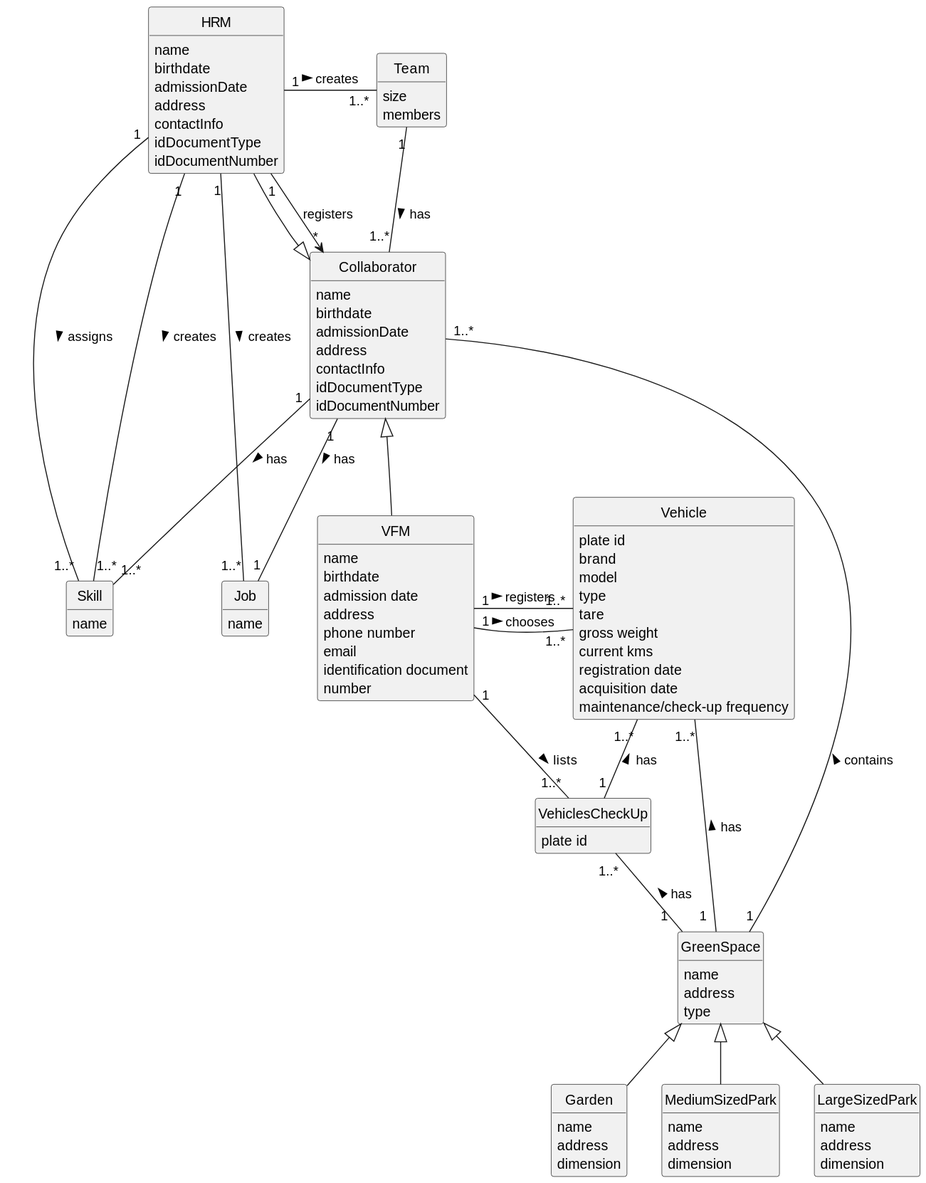
Above: docs/sprintA/global-artifacts/02.analysis/svg/project-domain-model.svg in diogoveirospro/lei-24-s2-1dg-g072 (PlantUML), before the change. The source it was exported from:
```plantuml
@startuml
skinparam monochrome true
skinparam packageStyle rectangle
skinparam shadowing false
skinparam classAttributeIconSize 0
hide circle
hide methods

class HRM {
    name
    birthdate
    admissionDate
    address
    contactInfo
    idDocumentType
    idDocumentNumber
}

class Skill {
    name
}
class Job {
    name
}


class Team {
    size
    members

}

class Collaborator {
    name
    birthdate
    admissionDate
    address
    contactInfo
    idDocumentType
    idDocumentNumber
}



class GreenSpace {
    name
    address
    type
}

class Garden {
    name
    address
    dimension
}

class MediumSizedPark {
    name
    address
    dimension
}

class LargeSizedPark {
    name
    address
    dimension
}


class Vehicle{
    plate id
    brand
    model
    type
    tare
    gross weight
    current kms
    registration date
    acquisition date
    maintenance/check-up frequency
}

class VFM {
    name
    birthdate
    admission date
    address
    phone number
    email
    identification document
    number
}

class VehiclesCheckUp {
    plate id
}


Collaborator <|-- HRM
GreenSpace "1" -- "1..*" Collaborator: contains >
GreenSpace <|-- Garden
GreenSpace <|-- MediumSizedPark
GreenSpace <|-- LargeSizedPark

HRM "1" -- "1..*" Skill: creates >

HRM "1" -- "1..*" Job : creates >

HRM "1" --> "*" Collaborator : registers

HRM "1" -- "1..*" Skill : assigns >
Collaborator "1" -- "1..*" Skill : has >

HRM "1" - "1..*" Team : creates >
Collaborator "1" -- "1" Job: has >
Team "1" -- "1..*" Collaborator: has >

Collaborator <|-- VFM

VFM "1"--"   1..*" Vehicle: registers >

VFM "1"-"   1..*" Vehicle: chooses >
Vehicle "1..*" -- "1  " GreenSpace: has <

VFM "1" -- "1..*" VehiclesCheckUp: lists >
VehiclesCheckUp "1..*" -- "1  " GreenSpace: has <
Vehicle "1..*" -- "1" VehiclesCheckUp: has <
@enduml
```
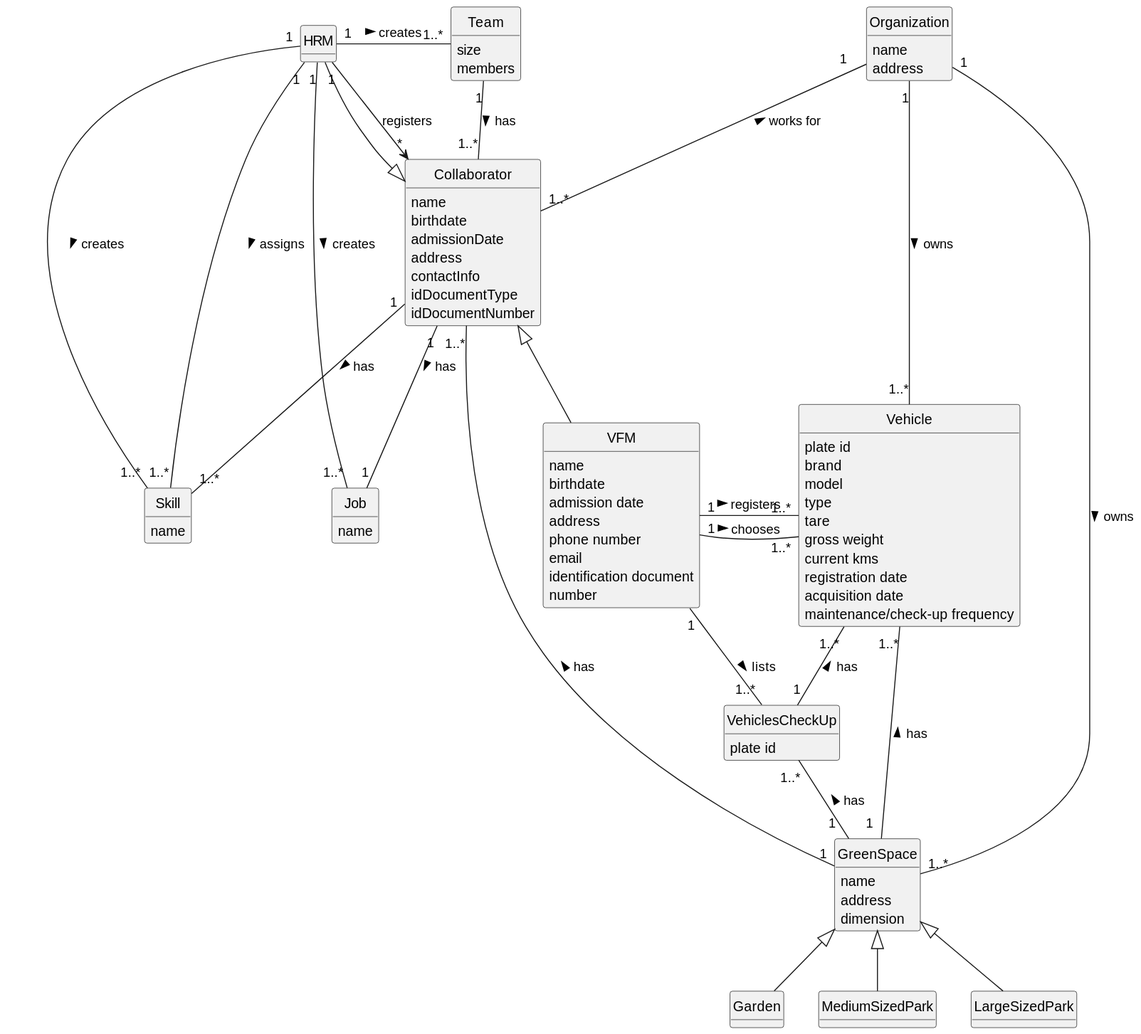
Above is the later version.

The edit, as a diff of the source:
```diff
@@ -6,14 +6,13 @@
 hide circle
 hide methods
 
+class Organization{
+    name
+    address
+}
+
 class HRM {
-    name
-    birthdate
-    admissionDate
-    address
-    contactInfo
-    idDocumentType
-    idDocumentNumber
+
 }
 
 class Skill {
@@ -45,25 +44,19 @@
 class GreenSpace {
     name
     address
-    type
+    dimension
 }
 
 class Garden {
-    name
-    address
-    dimension
+
 }
 
 class MediumSizedPark {
-    name
-    address
-    dimension
+
 }
 
 class LargeSizedPark {
-    name
-    address
-    dimension
+
 }
 
 
@@ -95,9 +88,10 @@
     plate id
 }
 
-
+Organization "1   " -- "1..*" Collaborator: works for <
 Collaborator <|-- HRM
-GreenSpace "1" -- "1..*" Collaborator: contains >
+Organization "1" -- "1..*" GreenSpace: owns >
+GreenSpace "1" -- "1..*" Collaborator: has >
 GreenSpace <|-- Garden
 GreenSpace <|-- MediumSizedPark
 GreenSpace <|-- LargeSizedPark
@@ -125,4 +119,5 @@
 VFM "1" -- "1..*" VehiclesCheckUp: lists >
 VehiclesCheckUp "1..*" -- "1  " GreenSpace: has <
 Vehicle "1..*" -- "1" VehiclesCheckUp: has <
+Organization "1" -- "1..*" Vehicle: owns >
 @enduml
```
